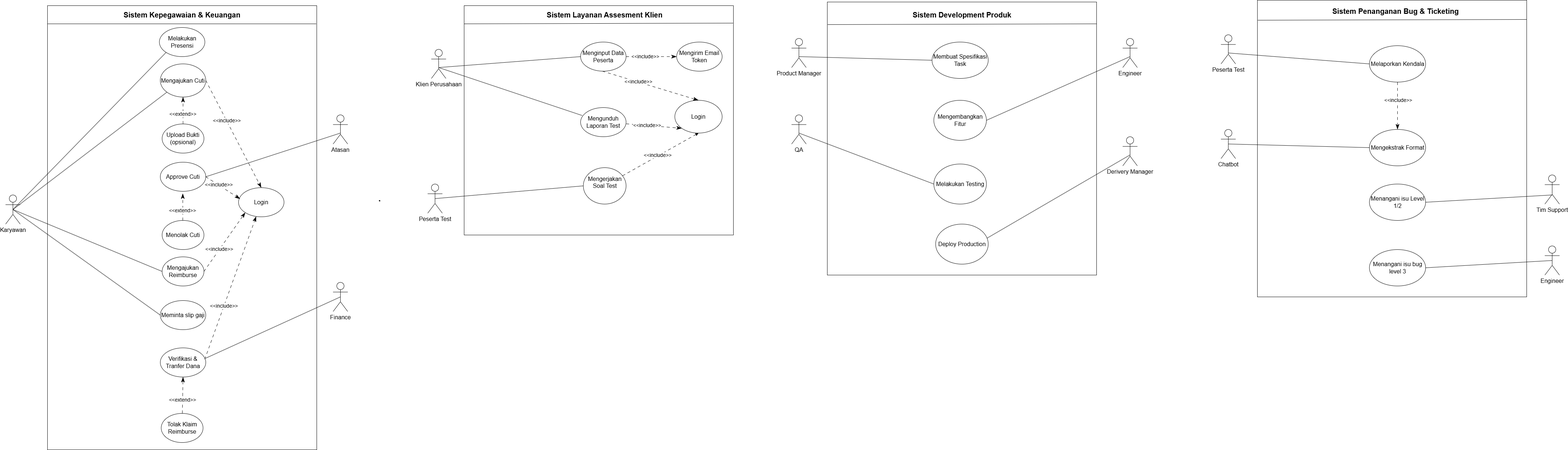
Earlier version of the draw.io export Arsip_OOAD/Use Case Diagraml.drawio.png (Adityabeckham/Arsip-UML-MataKuliah-OOAD-). Source tidied: cells renumbered, new cells last; positions are measured from the earlier drawing's top-left corner, leaving out a move shared by most shapes.
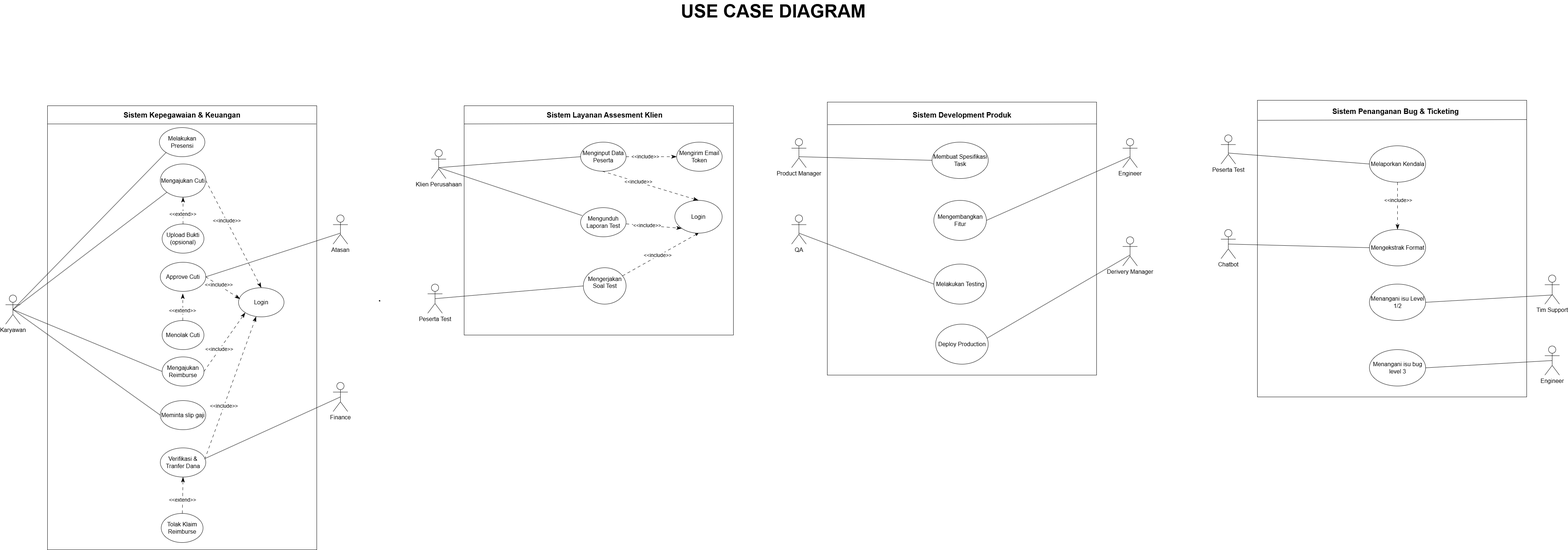
After the change.

Diff of the diagram source:
```diff
@@ -320,5 +320,8 @@
         <mxPoint x="920" y="365" as="targetPoint" />
       </mxGeometry>
     </mxCell>
+    <mxCell id="94" value="&lt;b&gt;USE CASE DIAGRAM&lt;/b&gt;" style="text;html=1;whiteSpace=wrap;strokeColor=none;fillColor=none;align=center;verticalAlign=middle;rounded=0;fontSize=50;" parent="1" vertex="1">
+      <mxGeometry x="1749.5" y="-260" width="720" height="30" as="geometry" />
+    </mxCell>
   </root>
 </mxGraphModel>
```
